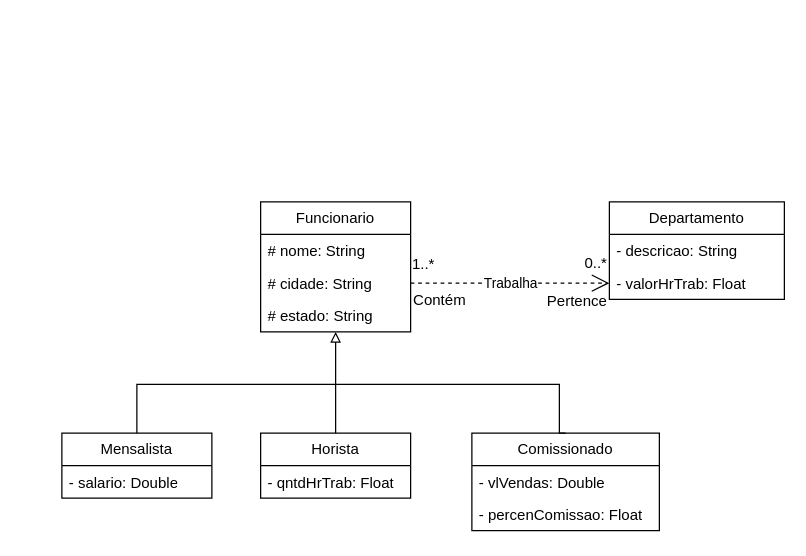
Earlier version of the draw.io diagram DiagramaHerança.drawio (GersinComp/atv10). Source tidied: cells renumbered, new cells numbered last; positions are measured from the earlier drawing's top-left corner, leaving out a move shared by most shapes. Both pictures are drawn from the tidied source at 125%, with x=0, y=0 at pixel (61, 201).
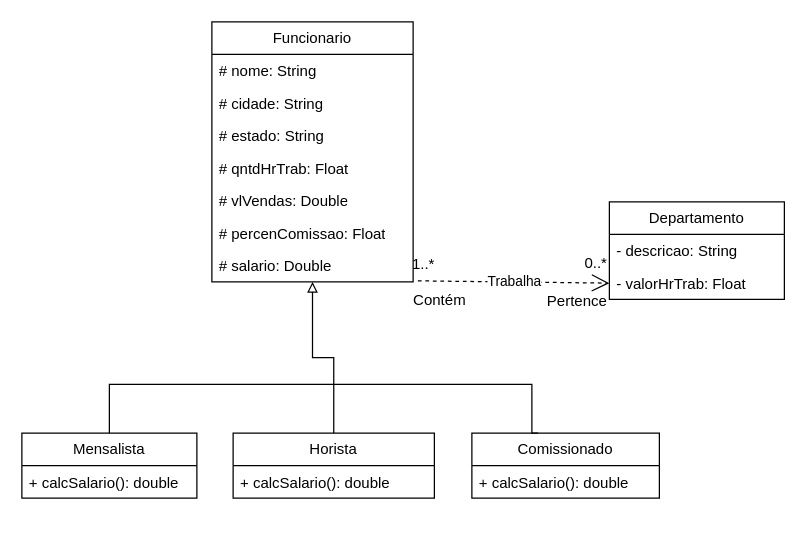
The same diagram, later.

The change refers to these unchanged cells:
```xml
<mxCell id="4" value="- valorHrTrab: Float" style="text;strokeColor=none;fillColor=none;align=left;verticalAlign=top;spacingLeft=4;spacingRight=4;overflow=hidden;points=[[0,0.5],[1,0.5]];portConstraint=eastwest;whiteSpace=wrap;html=1;" parent="2" vertex="1">
  <mxGeometry y="52" width="140" height="26" as="geometry" />
</mxCell>
<mxCell id="21" value="Contém" style="text;html=1;align=center;verticalAlign=middle;points=[];strokeColor=none;fillColor=none;" parent="1" vertex="1">
  <mxGeometry x="267" y="64" width="70" height="30" as="geometry" />
</mxCell>
```

Diff of the diagram source:
```diff
@@
     <mxCell id="5" value="Funcionario" style="swimlane;fontStyle=0;horizontal=1;startSize=26;fillColor=none;whiteSpace=wrap;html=1;" parent="1" vertex="1">
-      <mxGeometry x="159" width="120" height="104" as="geometry" />
+      <mxGeometry x="120" y="-144" width="161" height="208" as="geometry" />
     </mxCell>
     <mxCell id="6" value="# nome: String" style="text;strokeColor=none;fillColor=none;align=left;verticalAlign=top;spacingLeft=4;spacingRight=4;overflow=hidden;whiteSpace=wrap;html=1;" parent="5" vertex="1">
-      <mxGeometry y="26" width="120" height="26" as="geometry" />
+      <mxGeometry y="26" width="161" height="26" as="geometry" />
     </mxCell>
     <mxCell id="7" value="# cidade: String" style="text;strokeColor=none;fillColor=none;align=left;verticalAlign=top;spacingLeft=4;spacingRight=4;overflow=hidden;points=[[0,0.5],[1,0.5]];portConstraint=eastwest;whiteSpace=wrap;html=1;" parent="5" vertex="1">
-      <mxGeometry y="52" width="120" height="26" as="geometry" />
+      <mxGeometry y="52" width="161" height="26" as="geometry" />
     </mxCell>
     <mxCell id="8" value="# estado: String" style="text;strokeColor=none;fillColor=none;align=left;verticalAlign=top;spacingLeft=4;spacingRight=4;overflow=hidden;whiteSpace=wrap;html=1;" parent="5" vertex="1">
-      <mxGeometry y="78" width="120" height="26" as="geometry" />
+      <mxGeometry y="78" width="161" height="26" as="geometry" />
     </mxCell>
+    <mxCell id="14" value="# qntdHrTrab: Float" style="text;strokeColor=none;fillColor=none;align=left;verticalAlign=top;spacingLeft=4;spacingRight=4;overflow=hidden;whiteSpace=wrap;html=1;" parent="5" vertex="1">
+      <mxGeometry y="104" width="161" height="26" as="geometry" />
+    </mxCell>
+    <mxCell id="16" value="# vlVendas: Double" style="text;strokeColor=none;fillColor=none;align=left;verticalAlign=top;spacingLeft=4;spacingRight=4;overflow=hidden;whiteSpace=wrap;html=1;" parent="5" vertex="1">
+      <mxGeometry y="130" width="161" height="26" as="geometry" />
+    </mxCell>
+    <mxCell id="17" value="# percenComissao: Float" style="text;strokeColor=none;fillColor=none;align=left;verticalAlign=top;spacingLeft=4;spacingRight=4;overflow=hidden;whiteSpace=wrap;html=1;" parent="5" vertex="1">
+      <mxGeometry y="156" width="161" height="26" as="geometry" />
+    </mxCell>
+    <mxCell id="11" value="# salario: Double" style="text;strokeColor=none;fillColor=none;align=left;verticalAlign=top;spacingLeft=4;spacingRight=4;overflow=hidden;whiteSpace=wrap;html=1;" parent="5" vertex="1">
+      <mxGeometry y="182" width="161" height="26" as="geometry" />
+    </mxCell>
-    <mxCell id="9" style="edgeStyle=orthogonalEdgeStyle;rounded=0;jettySize=auto;html=1;exitX=0.5;exitY=0;exitDx=0;exitDy=0;entryX=0.5;entryY=0;entryDx=0;entryDy=0;endArrow=none;endFill=0;" parent="1" edge="1" source="10" target="15">
+    <mxCell id="9" style="edgeStyle=orthogonalEdgeStyle;rounded=0;orthogonalLoop=1;jettySize=auto;html=1;exitX=0.5;exitY=0;exitDx=0;exitDy=0;entryX=0.5;entryY=0;entryDx=0;entryDy=0;endArrow=none;endFill=0;" parent="1" edge="1">
       <mxGeometry relative="1" as="geometry">
+        <mxPoint x="38" y="185" as="sourcePoint" />
+        <mxPoint x="381" y="185" as="targetPoint" />
         <Array as="points">
-          <mxPoint x="60" y="146" />
-          <mxPoint x="398" y="146" />
-          <mxPoint x="398" y="185" />
+          <mxPoint x="38" y="146" />
+          <mxPoint x="376" y="146" />
+          <mxPoint x="376" y="185" />
         </Array>
       </mxGeometry>
     </mxCell>
     <mxCell id="10" value="Mensalista" style="swimlane;fontStyle=0;horizontal=1;startSize=26;fillColor=none;whiteSpace=wrap;html=1;" parent="1" vertex="1">
-      <mxGeometry y="185" width="120" height="52" as="geometry" />
+      <mxGeometry x="-32" y="185" width="140" height="52" as="geometry" />
     </mxCell>
-    <mxCell id="11" value="- salario: Double" style="text;strokeColor=none;fillColor=none;align=left;verticalAlign=top;spacingLeft=4;spacingRight=4;overflow=hidden;whiteSpace=wrap;html=1;" parent="10" vertex="1">
-      <mxGeometry y="26" width="120" height="26" as="geometry" />
-    </mxCell>
+    <mxCell id="23" value="+ calcSalario(): double" style="text;strokeColor=none;fillColor=none;align=left;verticalAlign=top;spacingLeft=4;spacingRight=4;overflow=hidden;whiteSpace=wrap;html=1;" parent="10" vertex="1">
+      <mxGeometry y="26" width="140" height="26" as="geometry" />
+    </mxCell>
@@
     <mxCell id="13" value="Horista" style="swimlane;fontStyle=0;horizontal=1;startSize=26;fillColor=none;whiteSpace=wrap;html=1;" parent="1" vertex="1">
-      <mxGeometry x="159" y="185" width="120" height="52" as="geometry" />
+      <mxGeometry x="137" y="185" width="161" height="52" as="geometry" />
     </mxCell>
-    <mxCell id="14" value="- qntdHrTrab: Float" style="text;strokeColor=none;fillColor=none;align=left;verticalAlign=top;spacingLeft=4;spacingRight=4;overflow=hidden;whiteSpace=wrap;html=1;" parent="13" vertex="1">
-      <mxGeometry y="26" width="120" height="26" as="geometry" />
-    </mxCell>
+    <mxCell id="24" value="+ calcSalario(): double" style="text;strokeColor=none;fillColor=none;align=left;verticalAlign=top;spacingLeft=4;spacingRight=4;overflow=hidden;whiteSpace=wrap;html=1;" parent="13" vertex="1">
+      <mxGeometry y="26" width="161" height="26" as="geometry" />
+    </mxCell>
     <mxCell id="15" value="Comissionado" style="swimlane;fontStyle=0;horizontal=1;startSize=26;fillColor=none;whiteSpace=wrap;html=1;" parent="1" vertex="1">
-      <mxGeometry x="328" y="185" width="150" height="78" as="geometry" />
+      <mxGeometry x="328" y="185" width="150" height="52" as="geometry" />
     </mxCell>
-    <mxCell id="16" value="- vlVendas: Double" style="text;strokeColor=none;fillColor=none;align=left;verticalAlign=top;spacingLeft=4;spacingRight=4;overflow=hidden;whiteSpace=wrap;html=1;" parent="15" vertex="1">
-      <mxGeometry y="26" width="150" height="26" as="geometry" />
-    </mxCell>
-    <mxCell id="17" value="- percenComissao: Float" style="text;strokeColor=none;fillColor=none;align=left;verticalAlign=top;spacingLeft=4;spacingRight=4;overflow=hidden;whiteSpace=wrap;html=1;" parent="15" vertex="1">
-      <mxGeometry y="52" width="150" height="26" as="geometry" />
-    </mxCell>
+    <mxCell id="25" value="+ calcSalario(): double" style="text;strokeColor=none;fillColor=none;align=left;verticalAlign=top;spacingLeft=4;spacingRight=4;overflow=hidden;whiteSpace=wrap;html=1;" parent="15" vertex="1">
+      <mxGeometry y="26" width="150" height="26" as="geometry" />
+    </mxCell>
-    <mxCell id="18" value="Trabalha" style="endArrow=open;endSize=12;dashed=1;html=1;rounded=0;exitX=1;exitY=0.5;exitDx=0;exitDy=0;entryX=0;entryY=0.5;entryDx=0;entryDy=0;" parent="1" edge="1" source="7" target="4">
+    <mxCell id="18" value="Trabalha" style="endArrow=open;endSize=12;dashed=1;html=1;rounded=0;exitX=0.254;exitY=-0.027;exitDx=0;exitDy=0;entryX=0;entryY=0.5;entryDx=0;entryDy=0;exitPerimeter=0;" parent="1" edge="1" source="21" target="4">
       <mxGeometry relative="1" as="geometry" />
     </mxCell>
```
